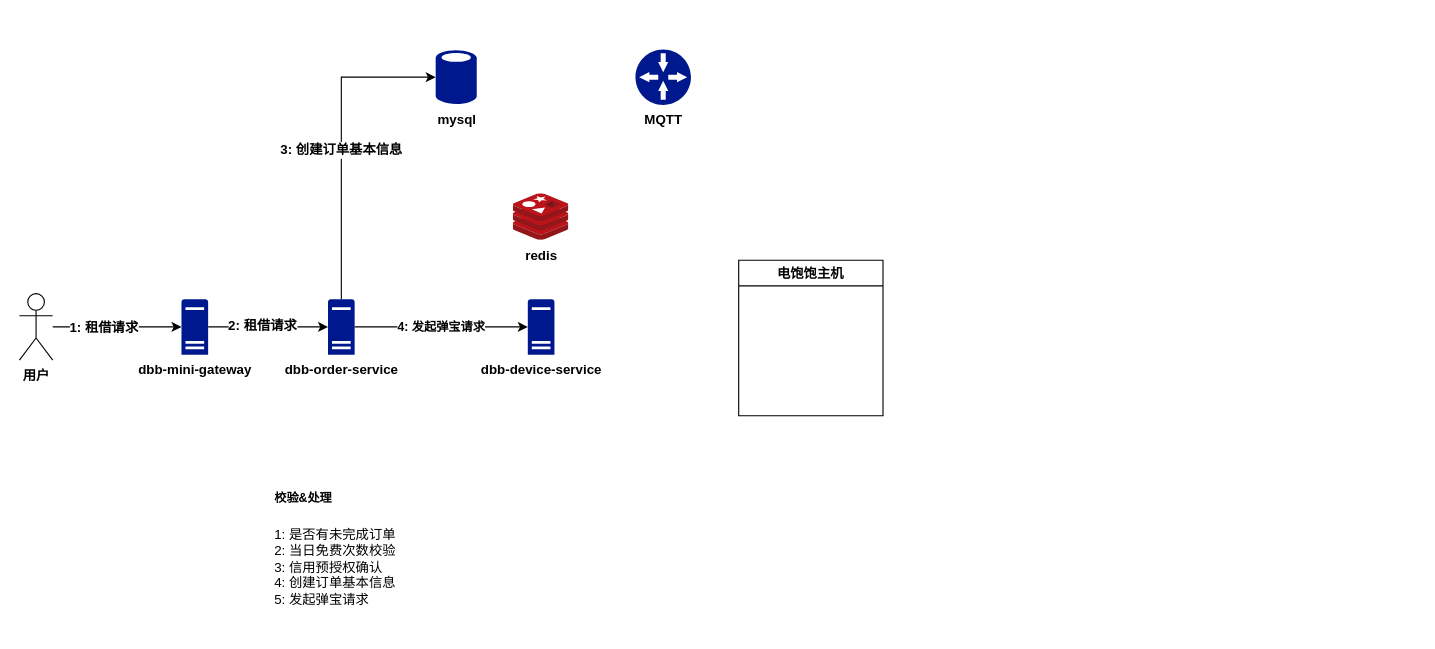
Before: dbb work flow.drawio in unmurphy/markdown-photo, a draw.io diagram. Source tidied: cells renumbered, new cells numbered last; positions are measured from the earlier drawing's top-left corner, leaving out a move shared by most shapes. Both pictures are drawn from the tidied source at 111%, with x=0, y=0 at pixel (19, 49).
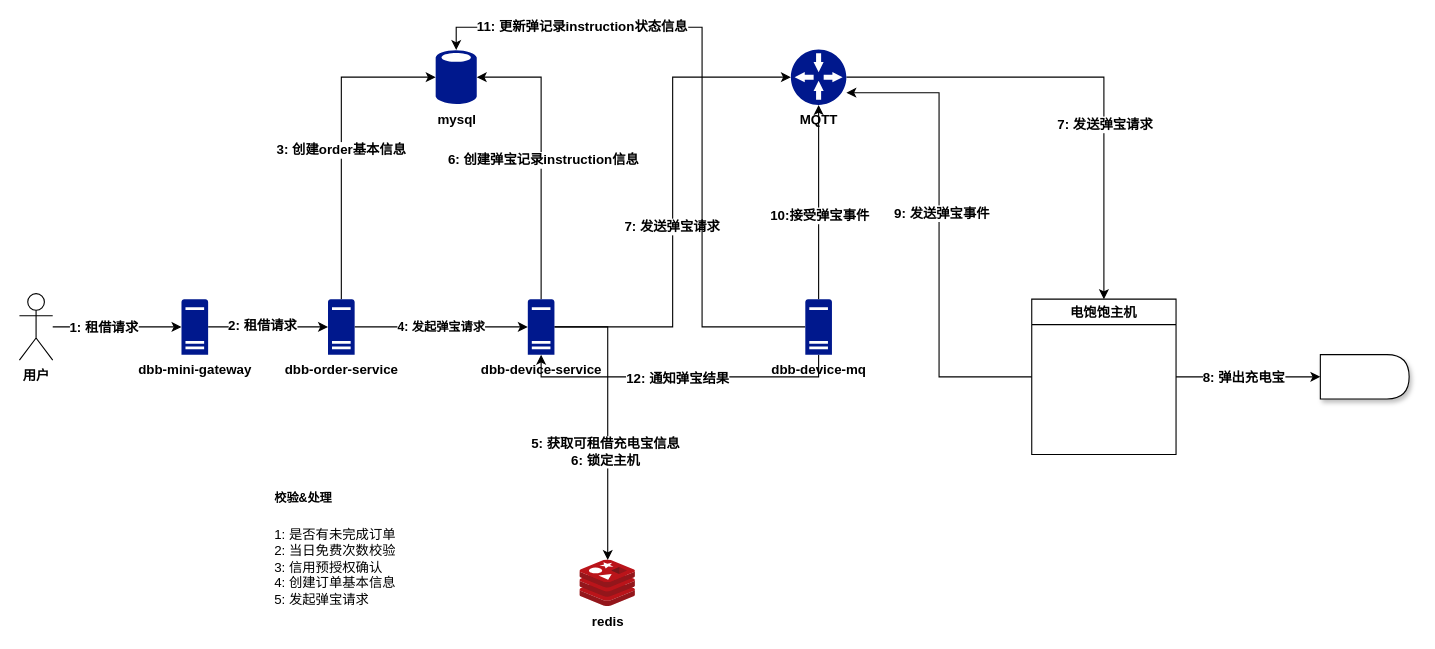
After the change.

Unchanged cells that the change refers to:
```xml
<mxCell id="8" style="edgeStyle=orthogonalEdgeStyle;rounded=0;jettySize=auto;html=1;entryX=0;entryY=0.5;entryDx=0;entryDy=0;entryPerimeter=0;" parent="1" edge="1" source="11" target="16">
  <mxGeometry relative="1" as="geometry">
    <Array as="points">
      <mxPoint x="290" y="25" />
    </Array>
  </mxGeometry>
</mxCell>
<mxCell id="12" value="dbb-device-service" style="shadow=0;dashed=0;html=1;strokeColor=none;labelPosition=center;verticalLabelPosition=bottom;verticalAlign=top;align=center;fillColor=#00188D;shape=mxgraph.mscae.enterprise.server_generic;fontStyle=1;" parent="1" vertex="1">
  <mxGeometry x="458" y="225" width="24" height="50" as="geometry" />
</mxCell>
<mxCell id="16" value="mysql" style="shadow=0;dashed=0;html=1;strokeColor=none;labelPosition=center;verticalLabelPosition=bottom;verticalAlign=top;align=center;fillColor=#00188D;shape=mxgraph.mscae.enterprise.database_generic;fontStyle=1;" parent="1" vertex="1">
  <mxGeometry x="375" width="37" height="50" as="geometry" />
</mxCell>
```

What changed in the source:
```diff
@@
+    <mxCell id="18" style="edgeStyle=orthogonalEdgeStyle;rounded=0;jettySize=auto;html=1;entryX=0;entryY=0.5;entryDx=0;entryDy=0;" parent="1" edge="1" source="6" target="30">
+      <mxGeometry relative="1" as="geometry" />
+    </mxCell>
+    <mxCell id="19" value="&lt;b&gt;8: 弹出充电宝&lt;/b&gt;" style="text;html=1;align=center;verticalAlign=middle;labelBackgroundColor=#ffffff;" parent="18" vertex="1">
+      <mxGeometry x="-0.28" y="2" relative="1" as="geometry">
+        <mxPoint x="13" y="2" as="offset" />
+      </mxGeometry>
+    </mxCell>
+    <mxCell id="20" style="edgeStyle=orthogonalEdgeStyle;rounded=0;jettySize=auto;html=1;entryX=1;entryY=0.78;entryDx=0;entryDy=0;entryPerimeter=0;" parent="1" edge="1" source="6" target="7">
+      <mxGeometry relative="1" as="geometry" />
+    </mxCell>
+    <mxCell id="21" value="&lt;b&gt;9: 发送弹宝事件&lt;/b&gt;" style="text;html=1;align=center;verticalAlign=middle;labelBackgroundColor=#ffffff;" parent="20" vertex="1">
+      <mxGeometry x="0.09" y="-2" relative="1" as="geometry" />
+    </mxCell>
     <mxCell id="6" value="电饱饱主机" style="swimlane;" parent="1" vertex="1">
-      <mxGeometry x="648" y="190" width="130" height="140" as="geometry" />
+      <mxGeometry x="912" y="225" width="130" height="140" as="geometry" />
     </mxCell>
+    <mxCell id="22" style="edgeStyle=orthogonalEdgeStyle;rounded=0;jettySize=auto;html=1;entryX=0.5;entryY=0;entryDx=0;entryDy=0;" parent="1" edge="1" source="7" target="6">
+      <mxGeometry relative="1" as="geometry" />
+    </mxCell>
+    <mxCell id="23" value="&lt;b&gt;7: 发送弹宝请求&lt;/b&gt;" style="text;html=1;align=center;verticalAlign=middle;labelBackgroundColor=#ffffff;" parent="22" vertex="1">
+      <mxGeometry x="0.27" relative="1" as="geometry" />
+    </mxCell>
     <mxCell id="7" value="MQTT" style="shadow=0;dashed=0;html=1;strokeColor=none;labelPosition=center;verticalLabelPosition=bottom;verticalAlign=top;align=center;fillColor=#00188D;shape=mxgraph.mscae.enterprise.gateway;fontStyle=1;" parent="1" vertex="1">
-      <mxGeometry x="555" width="50" height="50" as="geometry" />
+      <mxGeometry x="695" width="50" height="50" as="geometry" />
     </mxCell>
@@
-    <mxCell id="9" value="&lt;b&gt;3: 创建订单基本信息&lt;/b&gt;" style="text;html=1;align=center;verticalAlign=middle;labelBackgroundColor=#ffffff;" parent="8" vertex="1">
+    <mxCell id="9" value="&lt;b&gt;3: 创建order基本信息&lt;/b&gt;" style="text;html=1;align=center;verticalAlign=middle;labelBackgroundColor=#ffffff;" parent="8" vertex="1">
       <mxGeometry x="-0.05" y="1" relative="1" as="geometry" />
     </mxCell>
@@
+    <mxCell id="24" style="edgeStyle=orthogonalEdgeStyle;rounded=0;jettySize=auto;html=1;entryX=1;entryY=0.5;entryDx=0;entryDy=0;entryPerimeter=0;" parent="1" edge="1" source="12" target="16">
+      <mxGeometry relative="1" as="geometry">
+        <Array as="points">
+          <mxPoint x="470" y="25" />
+        </Array>
+      </mxGeometry>
+    </mxCell>
+    <mxCell id="25" value="6: 创建弹宝记录instruction信息" style="text;html=1;align=center;verticalAlign=middle;labelBackgroundColor=#ffffff;fontStyle=1;" parent="24" vertex="1">
+      <mxGeometry x="-0.02" y="-1" relative="1" as="geometry" />
+    </mxCell>
+    <mxCell id="26" style="edgeStyle=orthogonalEdgeStyle;rounded=0;jettySize=auto;html=1;" parent="1" edge="1" source="12" target="17">
+      <mxGeometry relative="1" as="geometry" />
+    </mxCell>
+    <mxCell id="27" value="5: 获取可租借充电宝信息&lt;br&gt;6: 锁定主机" style="text;html=1;align=center;verticalAlign=middle;labelBackgroundColor=#ffffff;fontStyle=1;" parent="26" vertex="1">
+      <mxGeometry x="0.24" y="-3" relative="1" as="geometry" />
+    </mxCell>
+    <mxCell id="28" style="edgeStyle=orthogonalEdgeStyle;rounded=0;jettySize=auto;html=1;entryX=0;entryY=0.5;entryDx=0;entryDy=0;entryPerimeter=0;" parent="1" edge="1" source="12" target="7">
+      <mxGeometry relative="1" as="geometry" />
+    </mxCell>
+    <mxCell id="29" value="&lt;b&gt;7: 发送弹宝请求&lt;br&gt;&lt;/b&gt;" style="text;html=1;align=center;verticalAlign=middle;labelBackgroundColor=#ffffff;" parent="28" vertex="1">
+      <mxGeometry x="-0.1" y="1" relative="1" as="geometry" />
+    </mxCell>
@@
     <mxCell id="17" value="redis" style="html=1;points=[];align=center;image;fontSize=12;image=img/lib/mscae/Cache_Redis_Product.svg;fontStyle=1;" parent="1" vertex="1">
-      <mxGeometry x="445" y="130" width="50" height="42" as="geometry" />
+      <mxGeometry x="505" y="460" width="50" height="42" as="geometry" />
     </mxCell>
+    <mxCell id="30" style="shape=delay;whiteSpace=wrap;html=1;shadow=1;direction=south;rotation=-90;" parent="1" vertex="1">
+      <mxGeometry x="1192" y="255" width="40" height="80" as="geometry" />
+    </mxCell>
+    <mxCell id="31" style="edgeStyle=orthogonalEdgeStyle;rounded=0;jettySize=auto;html=1;" parent="1" edge="1" source="37" target="7">
+      <mxGeometry relative="1" as="geometry" />
+    </mxCell>
+    <mxCell id="32" value="10:接受弹宝事件" style="text;html=1;align=center;verticalAlign=middle;labelBackgroundColor=#ffffff;fontStyle=1;" parent="31" vertex="1">
+      <mxGeometry x="-0.13" relative="1" as="geometry" />
+    </mxCell>
+    <mxCell id="33" style="edgeStyle=orthogonalEdgeStyle;rounded=0;jettySize=auto;html=1;entryX=0.5;entryY=0.01;entryDx=0;entryDy=0;entryPerimeter=0;" parent="1" edge="1" source="37" target="16">
+      <mxGeometry relative="1" as="geometry">
+        <Array as="points">
+          <mxPoint x="615" y="250" />
+          <mxPoint x="615" y="-20" />
+          <mxPoint x="394" y="-20" />
+        </Array>
+      </mxGeometry>
+    </mxCell>
+    <mxCell id="34" value="&lt;b&gt;11: 更新弹记录instruction状态信息&lt;/b&gt;" style="text;html=1;align=center;verticalAlign=middle;labelBackgroundColor=#ffffff;" parent="33" vertex="1">
+      <mxGeometry x="0.56" y="-1" relative="1" as="geometry" />
+    </mxCell>
+    <mxCell id="35" style="edgeStyle=orthogonalEdgeStyle;rounded=0;jettySize=auto;html=1;entryX=0.5;entryY=1;entryDx=0;entryDy=0;entryPerimeter=0;" parent="1" edge="1" source="37" target="12">
+      <mxGeometry relative="1" as="geometry">
+        <Array as="points">
+          <mxPoint x="720" y="295" />
+          <mxPoint x="470" y="295" />
+        </Array>
+      </mxGeometry>
+    </mxCell>
+    <mxCell id="36" value="&lt;b&gt;12: 通知弹宝结果&lt;/b&gt;" style="text;html=1;align=center;verticalAlign=middle;labelBackgroundColor=#ffffff;" parent="35" vertex="1">
+      <mxGeometry x="0.02" y="1" relative="1" as="geometry" />
+    </mxCell>
+    <mxCell id="37" value="dbb-device-mq" style="shadow=0;dashed=0;html=1;strokeColor=none;labelPosition=center;verticalLabelPosition=bottom;verticalAlign=top;align=center;fillColor=#00188D;shape=mxgraph.mscae.enterprise.server_generic;fontStyle=1;" parent="1" vertex="1">
+      <mxGeometry x="708" y="225" width="24" height="50" as="geometry" />
+    </mxCell>
```
